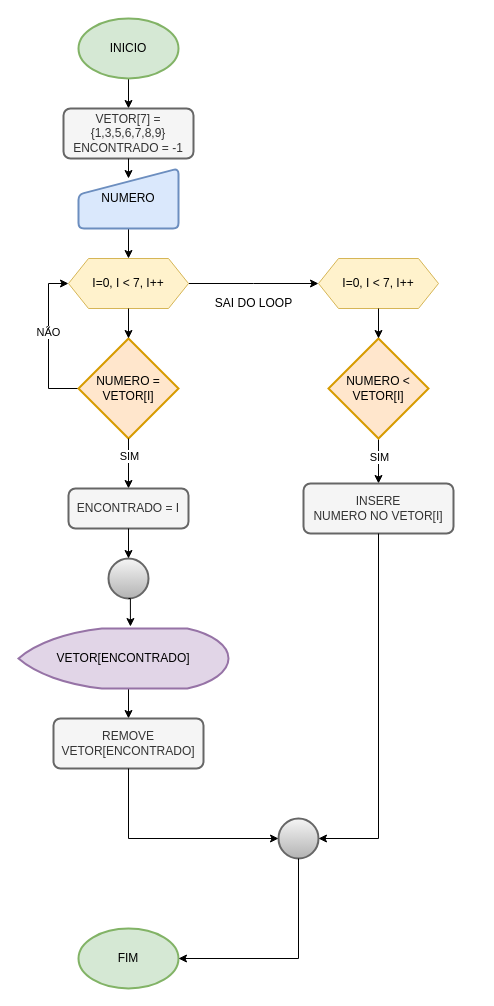
thisouza01/bootcamp-cobol keeps this draw.io diagram as fluxogramas/Vetor_Ex_Proposto_002.drawio. Above is the earlier version. Source tidied: cells renumbered, new cells numbered last; positions are measured from the earlier drawing's top-left corner, leaving out a move shared by most shapes. Both pictures are drawn from the tidied source at 100%, with x=0, y=0 at pixel (18, 18).
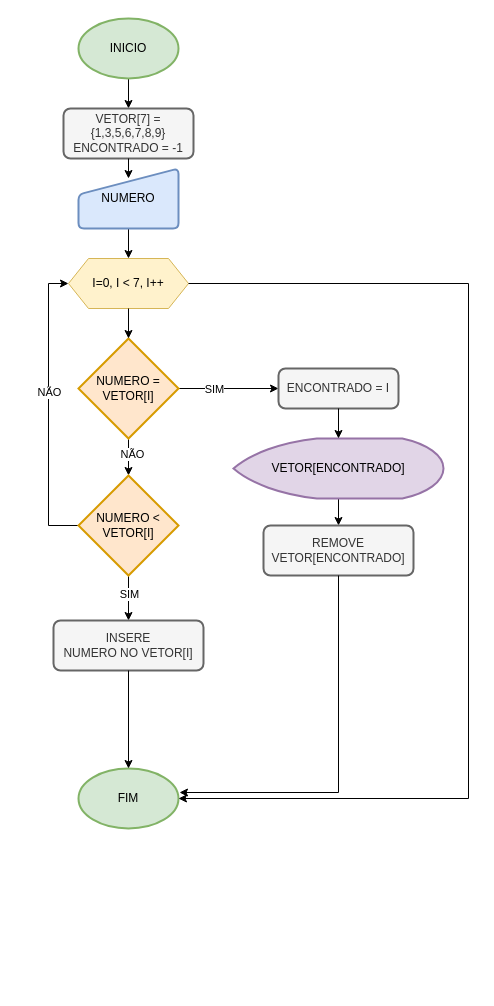
The same diagram, later.

The change refers to these unchanged cells:
```xml
<mxCell id="11" value="NUMERO = VETOR[I]" style="strokeWidth=2;html=1;shape=mxgraph.flowchart.decision;whiteSpace=wrap;fillColor=#ffe6cc;strokeColor=#d79b00;" parent="1" vertex="1">
  <mxGeometry x="60" y="320" width="100" height="100" as="geometry" />
</mxCell>
<mxCell id="13" value="I=0, I &amp;lt; 7, I++" style="shape=hexagon;perimeter=hexagonPerimeter2;whiteSpace=wrap;html=1;fixedSize=1;fillColor=#fff2cc;strokeColor=#d6b656;" parent="1" vertex="1">
  <mxGeometry x="50" y="240" width="120" height="50" as="geometry" />
</mxCell>
```

Change to the diagram source:
```diff
@@
     <mxCell id="2" value="FIM" style="strokeWidth=2;html=1;shape=mxgraph.flowchart.start_1;whiteSpace=wrap;fillColor=#d5e8d4;strokeColor=#82b366;" parent="1" vertex="1">
-      <mxGeometry x="60" y="910" width="100" height="60" as="geometry" />
+      <mxGeometry x="60" y="750" width="100" height="60" as="geometry" />
     </mxCell>
@@
-    <mxCell id="9" style="edgeStyle=orthogonalEdgeStyle;rounded=0;jettySize=auto;html=1;exitX=0;exitY=0.5;exitDx=0;exitDy=0;exitPerimeter=0;entryX=0;entryY=0.5;entryDx=0;entryDy=0;" parent="1" edge="1" source="11" target="13">
-      <mxGeometry relative="1" as="geometry" />
-    </mxCell>
-    <mxCell id="10" value="NÃO" style="edgeLabel;html=1;align=center;verticalAlign=middle;" parent="9" vertex="1">
-      <mxGeometry x="0.12" y="1" relative="1" as="geometry" />
-    </mxCell>
+    <mxCell id="35" style="edgeStyle=orthogonalEdgeStyle;rounded=0;jettySize=auto;html=1;" parent="1" edge="1" source="11" target="29">
+      <mxGeometry relative="1" as="geometry" />
+    </mxCell>
+    <mxCell id="36" value="NÃO" style="edgeLabel;html=1;align=center;verticalAlign=middle;" parent="35" vertex="1">
+      <mxGeometry x="-0.3" y="3" relative="1" as="geometry" />
+    </mxCell>
+    <mxCell id="19" style="edgeStyle=orthogonalEdgeStyle;rounded=0;jettySize=auto;html=1;exitX=1;exitY=0.5;exitDx=0;exitDy=0;exitPerimeter=0;entryX=0;entryY=0.5;entryDx=0;entryDy=0;" parent="1" edge="1" source="11" target="21">
+      <mxGeometry relative="1" as="geometry" />
+    </mxCell>
+    <mxCell id="20" value="SIM" style="edgeLabel;html=1;align=center;verticalAlign=middle;" parent="19" vertex="1">
+      <mxGeometry x="-0.3" relative="1" as="geometry" />
+    </mxCell>
@@
-    <mxCell id="12" style="edgeStyle=orthogonalEdgeStyle;rounded=0;jettySize=auto;html=1;exitX=1;exitY=0.5;exitDx=0;exitDy=0;entryX=0;entryY=0.5;entryDx=0;entryDy=0;" parent="1" edge="1" source="13">
-      <mxGeometry relative="1" as="geometry">
-        <mxPoint x="300" y="265" as="targetPoint" />
-      </mxGeometry>
-    </mxCell>
@@
-    <mxCell id="15" style="strokeWidth=2;html=1;shape=mxgraph.flowchart.start_2;whiteSpace=wrap;fillColor=#f5f5f5;gradientColor=#b3b3b3;strokeColor=#666666;" parent="1" vertex="1">
-      <mxGeometry x="90" y="540" width="40" height="40" as="geometry" />
-    </mxCell>
@@
     <mxCell id="17" value="VETOR[ENCONTRADO]" style="strokeWidth=2;html=1;shape=mxgraph.flowchart.display;whiteSpace=wrap;fillColor=#e1d5e7;strokeColor=#9673a6;" parent="1" vertex="1">
-      <mxGeometry y="610" width="210" height="60" as="geometry" />
+      <mxGeometry x="215" y="420" width="210" height="60" as="geometry" />
     </mxCell>
-    <mxCell id="18" value="SAI DO LOOP" style="text;html=1;align=center;verticalAlign=middle;strokeColor=none;fillColor=none;" parent="1" vertex="1">
-      <mxGeometry x="185" y="270" width="100" height="30" as="geometry" />
-    </mxCell>
-    <mxCell id="19" style="edgeStyle=orthogonalEdgeStyle;rounded=0;jettySize=auto;html=1;exitX=0.5;exitY=1;exitDx=0;exitDy=0;exitPerimeter=0;entryX=0.5;entryY=0;entryDx=0;entryDy=0;entryPerimeter=0;" parent="1" edge="1" source="11" target="21">
-      <mxGeometry relative="1" as="geometry" />
-    </mxCell>
-    <mxCell id="20" value="SIM" style="edgeLabel;html=1;align=center;verticalAlign=middle;" parent="19" vertex="1">
-      <mxGeometry x="-0.32" relative="1" as="geometry" />
-    </mxCell>
     <mxCell id="21" value="ENCONTRADO = I" style="rounded=1;whiteSpace=wrap;html=1;absoluteArcSize=1;arcSize=14;strokeWidth=2;fillColor=#f5f5f5;fontColor=#333333;strokeColor=#666666;" parent="1" vertex="1">
-      <mxGeometry x="50" y="470" width="120" height="40" as="geometry" />
+      <mxGeometry x="260" y="350" width="120" height="40" as="geometry" />
     </mxCell>
-    <mxCell id="22" style="edgeStyle=orthogonalEdgeStyle;rounded=0;jettySize=auto;html=1;exitX=0.5;exitY=1;exitDx=0;exitDy=0;entryX=0.5;entryY=0;entryDx=0;entryDy=0;entryPerimeter=0;" parent="1" edge="1" source="21" target="15">
-      <mxGeometry relative="1" as="geometry" />
-    </mxCell>
     <mxCell id="23" value="REMOVE VETOR[ENCONTRADO]" style="rounded=1;whiteSpace=wrap;html=1;absoluteArcSize=1;arcSize=14;strokeWidth=2;fillColor=#f5f5f5;fontColor=#333333;strokeColor=#666666;" parent="1" vertex="1">
-      <mxGeometry x="35" y="700" width="150" height="50" as="geometry" />
+      <mxGeometry x="245" y="507" width="150" height="50" as="geometry" />
     </mxCell>
-    <mxCell id="24" style="strokeWidth=2;html=1;shape=mxgraph.flowchart.start_2;whiteSpace=wrap;fillColor=#f5f5f5;gradientColor=#b3b3b3;strokeColor=#666666;" parent="1" vertex="1">
-      <mxGeometry x="260" y="800" width="40" height="40" as="geometry" />
-    </mxCell>
-    <mxCell id="25" style="edgeStyle=orthogonalEdgeStyle;rounded=0;jettySize=auto;html=1;exitX=0.5;exitY=1;exitDx=0;exitDy=0;entryX=0;entryY=0.5;entryDx=0;entryDy=0;entryPerimeter=0;" parent="1" edge="1" source="23" target="24">
-      <mxGeometry relative="1" as="geometry" />
-    </mxCell>
-    <mxCell id="26" value="I=0, I &amp;lt; 7, I++" style="shape=hexagon;perimeter=hexagonPerimeter2;whiteSpace=wrap;html=1;fixedSize=1;fillColor=#fff2cc;strokeColor=#d6b656;" parent="1" vertex="1">
-      <mxGeometry x="300" y="240" width="120" height="50" as="geometry" />
-    </mxCell>
@@
+    <mxCell id="37" style="edgeStyle=orthogonalEdgeStyle;rounded=0;jettySize=auto;html=1;exitX=0;exitY=0.5;exitDx=0;exitDy=0;exitPerimeter=0;entryX=0;entryY=0.5;entryDx=0;entryDy=0;" parent="1" edge="1" source="29" target="13">
+      <mxGeometry relative="1" as="geometry" />
+    </mxCell>
+    <mxCell id="38" value="NÃO" style="edgeLabel;html=1;align=center;verticalAlign=middle;" parent="37" vertex="1">
+      <mxGeometry x="0.12" relative="1" as="geometry" />
+    </mxCell>
     <mxCell id="29" value="NUMERO &amp;lt; VETOR[I]" style="strokeWidth=2;html=1;shape=mxgraph.flowchart.decision;whiteSpace=wrap;fillColor=#ffe6cc;strokeColor=#d79b00;" parent="1" vertex="1">
-      <mxGeometry x="310" y="320" width="100" height="100" as="geometry" />
+      <mxGeometry x="60" y="457" width="100" height="100" as="geometry" />
     </mxCell>
-    <mxCell id="30" style="edgeStyle=orthogonalEdgeStyle;rounded=0;jettySize=auto;html=1;exitX=0.5;exitY=1;exitDx=0;exitDy=0;entryX=0.5;entryY=0;entryDx=0;entryDy=0;entryPerimeter=0;" parent="1" edge="1" source="26" target="29">
-      <mxGeometry relative="1" as="geometry" />
-    </mxCell>
-    <mxCell id="31" style="edgeStyle=orthogonalEdgeStyle;rounded=0;jettySize=auto;html=1;exitX=0.5;exitY=1;exitDx=0;exitDy=0;exitPerimeter=0;entryX=0.533;entryY=-0.033;entryDx=0;entryDy=0;entryPerimeter=0;" parent="1" edge="1" source="15" target="17">
-      <mxGeometry relative="1" as="geometry" />
-    </mxCell>
     <mxCell id="32" value="INSERE&lt;div&gt;NUMERO NO VETOR[I]&lt;/div&gt;" style="rounded=1;whiteSpace=wrap;html=1;absoluteArcSize=1;arcSize=14;strokeWidth=2;fillColor=#f5f5f5;fontColor=#333333;strokeColor=#666666;" parent="1" vertex="1">
-      <mxGeometry x="285" y="465" width="150" height="50" as="geometry" />
+      <mxGeometry x="35" y="602" width="150" height="50" as="geometry" />
     </mxCell>
-    <mxCell id="33" style="edgeStyle=orthogonalEdgeStyle;rounded=0;jettySize=auto;html=1;exitX=0.5;exitY=1;exitDx=0;exitDy=0;entryX=1;entryY=0.5;entryDx=0;entryDy=0;entryPerimeter=0;" parent="1" edge="1" source="32" target="24">
-      <mxGeometry relative="1" as="geometry" />
-    </mxCell>
-    <mxCell id="34" style="edgeStyle=orthogonalEdgeStyle;rounded=0;jettySize=auto;html=1;exitX=0.5;exitY=1;exitDx=0;exitDy=0;exitPerimeter=0;entryX=1;entryY=0.5;entryDx=0;entryDy=0;entryPerimeter=0;" parent="1" edge="1" source="24" target="2">
-      <mxGeometry relative="1" as="geometry" />
-    </mxCell>
+    <mxCell id="39" style="edgeStyle=orthogonalEdgeStyle;rounded=0;jettySize=auto;html=1;exitX=0.5;exitY=1;exitDx=0;exitDy=0;entryX=0.5;entryY=0;entryDx=0;entryDy=0;entryPerimeter=0;" parent="1" edge="1" source="21" target="17">
+      <mxGeometry relative="1" as="geometry" />
+    </mxCell>
+    <mxCell id="40" style="edgeStyle=orthogonalEdgeStyle;rounded=0;jettySize=auto;html=1;exitX=1;exitY=0.5;exitDx=0;exitDy=0;entryX=1;entryY=0.5;entryDx=0;entryDy=0;entryPerimeter=0;" parent="1" edge="1" source="13" target="2">
+      <mxGeometry relative="1" as="geometry">
+        <Array as="points">
+          <mxPoint x="450" y="265" />
+          <mxPoint x="450" y="780" />
+        </Array>
+      </mxGeometry>
+    </mxCell>
+    <mxCell id="41" style="edgeStyle=orthogonalEdgeStyle;rounded=0;jettySize=auto;html=1;exitX=0.5;exitY=1;exitDx=0;exitDy=0;entryX=1.01;entryY=0.4;entryDx=0;entryDy=0;entryPerimeter=0;" parent="1" edge="1" source="23" target="2">
+      <mxGeometry relative="1" as="geometry" />
+    </mxCell>
+    <mxCell id="42" style="edgeStyle=orthogonalEdgeStyle;rounded=0;jettySize=auto;html=1;exitX=0.5;exitY=1;exitDx=0;exitDy=0;entryX=0.5;entryY=0;entryDx=0;entryDy=0;entryPerimeter=0;" parent="1" edge="1" source="32" target="2">
+      <mxGeometry relative="1" as="geometry" />
+    </mxCell>
```
